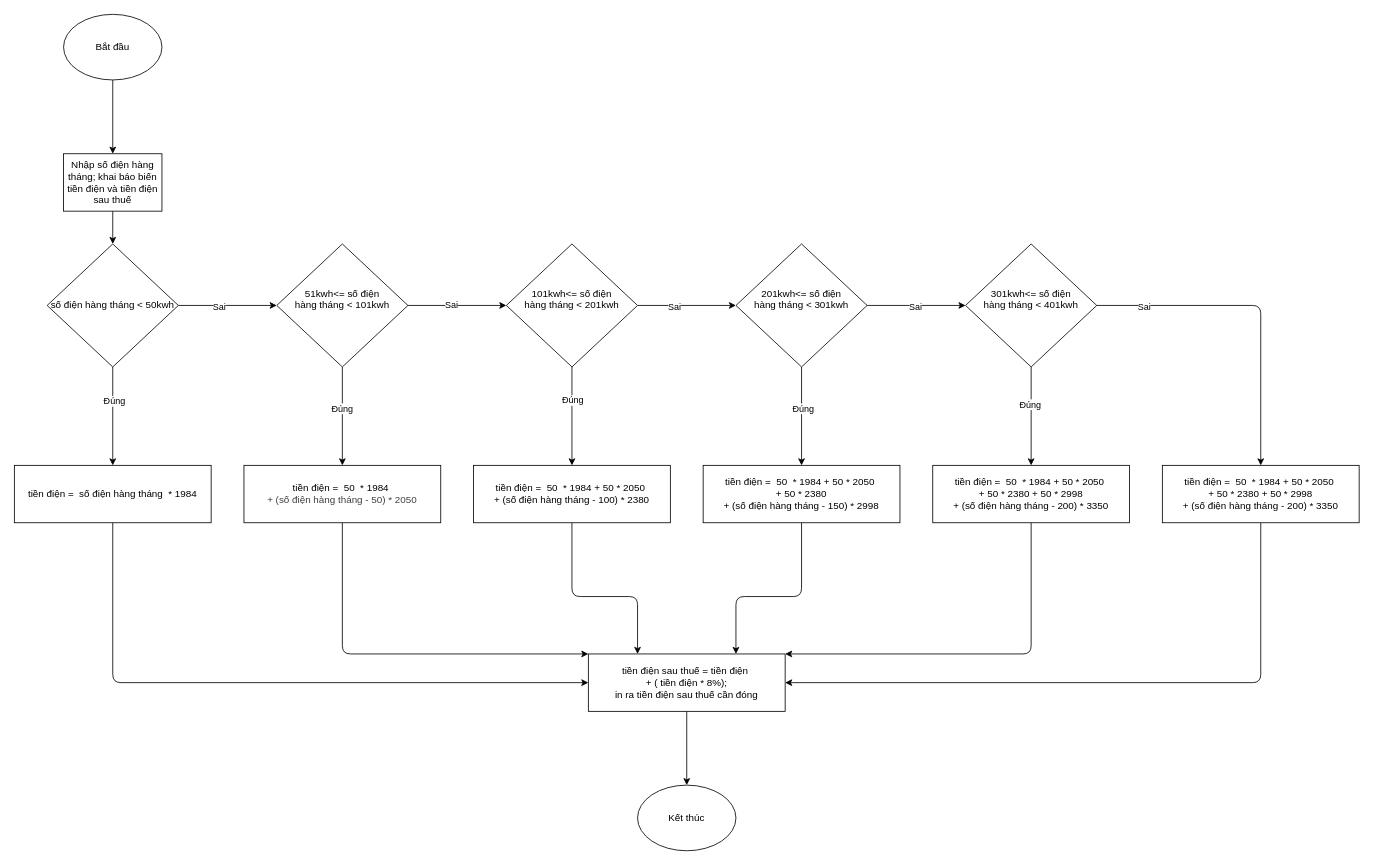
Earlier version of the draw.io diagram bai3.drawio (FPOLY-UDPM/com108-cs21301-lab3-phantrongvinh). Source tidied: cells renumbered, new cells numbered last; positions are measured from the earlier drawing's top-left corner, leaving out a move shared by most shapes. Both pictures are drawn from the tidied source at 82%, with x=0, y=0 at pixel (14, 14).
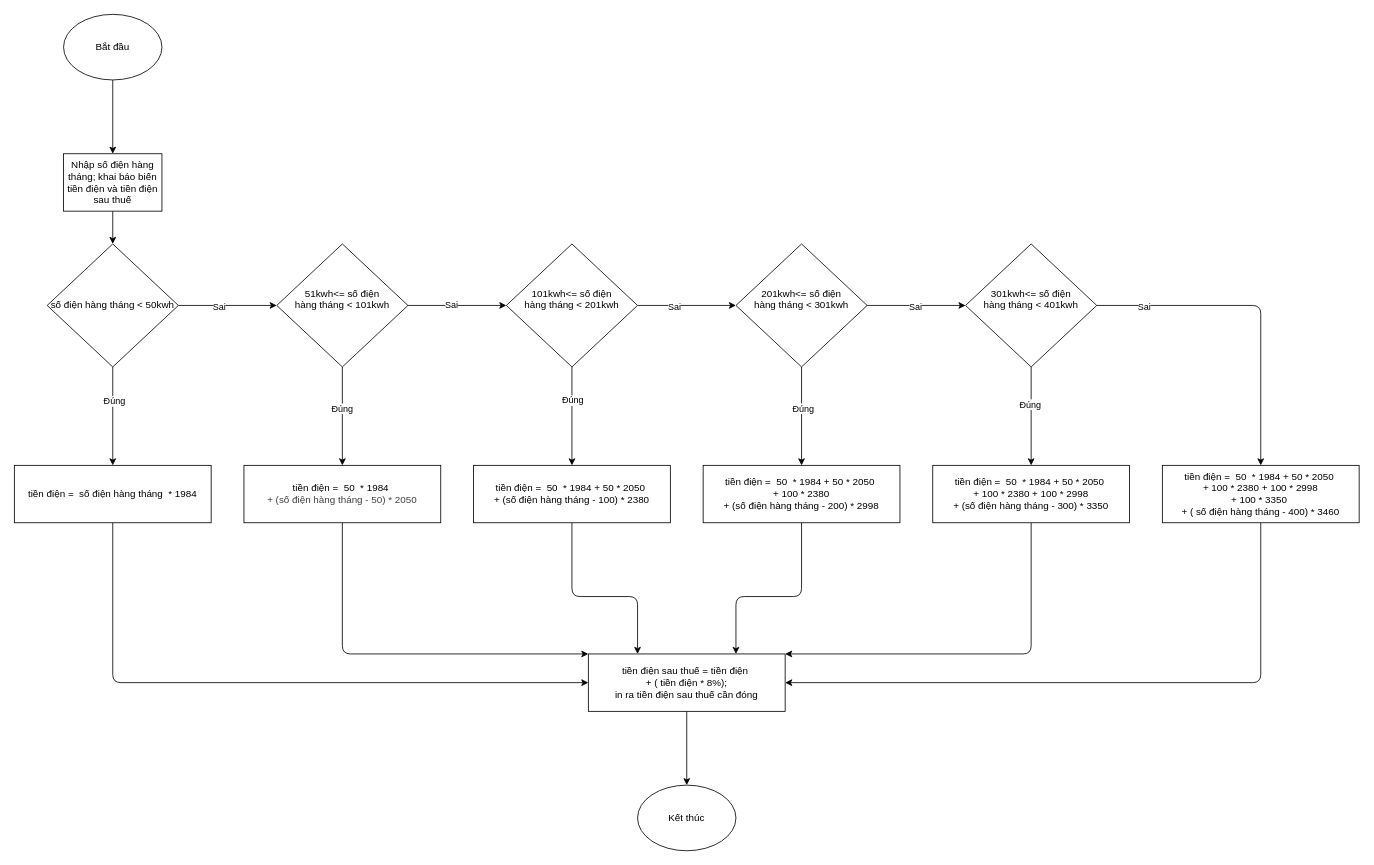
The same page after the edit.

What changed in the source:
```diff
@@
-    <mxCell id="33" value="tiền điện =&amp;nbsp; 50&amp;nbsp; * 1984 + 50 * 2050&amp;nbsp;&lt;div&gt;&lt;font color=&quot;#000000&quot;&gt;+ 50 * 2380&lt;br&gt;&lt;/font&gt;&lt;div&gt;+ (số điện hàng tháng - 150) * 2998&lt;/div&gt;&lt;/div&gt;" style="whiteSpace=wrap;html=1;" parent="1" vertex="1">
+    <mxCell id="33" value="tiền điện =&amp;nbsp; 50&amp;nbsp; * 1984 + 50 * 2050&amp;nbsp;&lt;div&gt;&lt;font color=&quot;#000000&quot;&gt;+ 100 * 2380&lt;br&gt;&lt;/font&gt;&lt;div&gt;+ (số điện hàng tháng - 200) * 2998&lt;/div&gt;&lt;/div&gt;" style="whiteSpace=wrap;html=1;" parent="1" vertex="1">
       <mxGeometry x="840" y="550" width="240" height="70" as="geometry" />
     </mxCell>
@@
-    <mxCell id="35" value="tiền điện =&amp;nbsp; 50&amp;nbsp; * 1984 + 50 * 2050&amp;nbsp;&lt;div&gt;&lt;font color=&quot;#000000&quot;&gt;+ 50 * 2380 + 50 * 2998&lt;br&gt;&lt;/font&gt;&lt;div&gt;+ (số điện hàng tháng - 200) * 3350&lt;/div&gt;&lt;/div&gt;" style="whiteSpace=wrap;html=1;" parent="1" vertex="1">
+    <mxCell id="35" value="tiền điện =&amp;nbsp; 50&amp;nbsp; * 1984 + 50 * 2050&amp;nbsp;&lt;div&gt;&lt;font color=&quot;#000000&quot;&gt;+ 100 * 2380 + 100 * 2998&lt;br&gt;&lt;/font&gt;&lt;div&gt;+ (số điện hàng tháng - 300) * 3350&lt;/div&gt;&lt;/div&gt;" style="whiteSpace=wrap;html=1;" parent="1" vertex="1">
       <mxGeometry x="1120" y="550" width="240" height="70" as="geometry" />
     </mxCell>
@@
-    <mxCell id="42" value="tiền điện =&amp;nbsp; 50&amp;nbsp; * 1984 + 50 * 2050&amp;nbsp;&lt;div&gt;&lt;font color=&quot;#000000&quot;&gt;+ 50 * 2380 + 50 * 2998&lt;br&gt;&lt;/font&gt;&lt;div&gt;+ (số điện hàng tháng - 200) * 3350&lt;/div&gt;&lt;/div&gt;" style="whiteSpace=wrap;html=1;" parent="1" vertex="1">
+    <mxCell id="42" value="tiền điện =&amp;nbsp; 50&amp;nbsp; * 1984 + 50 * 2050&amp;nbsp;&lt;div&gt;&lt;font color=&quot;#000000&quot;&gt;+ 100 * 2380 + 100 * 2998&lt;br&gt;&lt;/font&gt;&lt;div&gt;+ 100 * 3350&amp;nbsp;&lt;/div&gt;&lt;/div&gt;&lt;div&gt;+ ( số điện hàng tháng - 400) * 3460&lt;/div&gt;" style="whiteSpace=wrap;html=1;" parent="1" vertex="1">
       <mxGeometry x="1400" y="550" width="240" height="70" as="geometry" />
     </mxCell>
```
